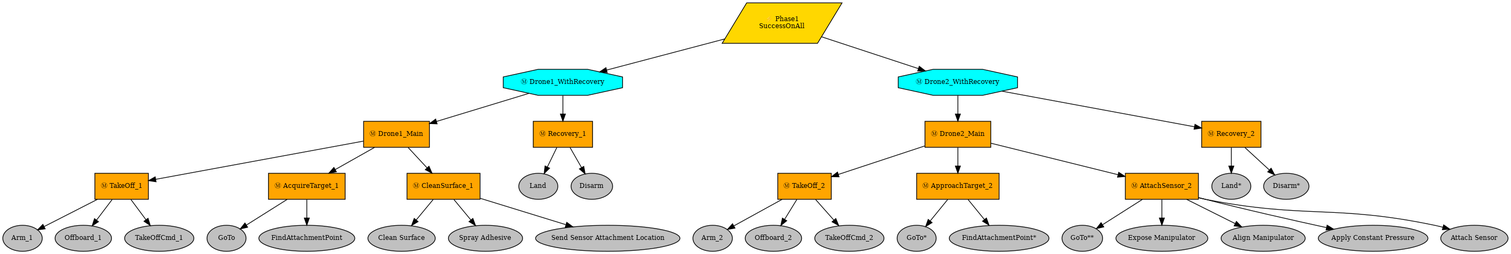
Before: bridge_inspection/phase1.png, a diagram exported from Graphviz (AyushAman1208/BT_for_bridge_inspection). Its source is kept beside it as bridge_inspection/phase1.dot.
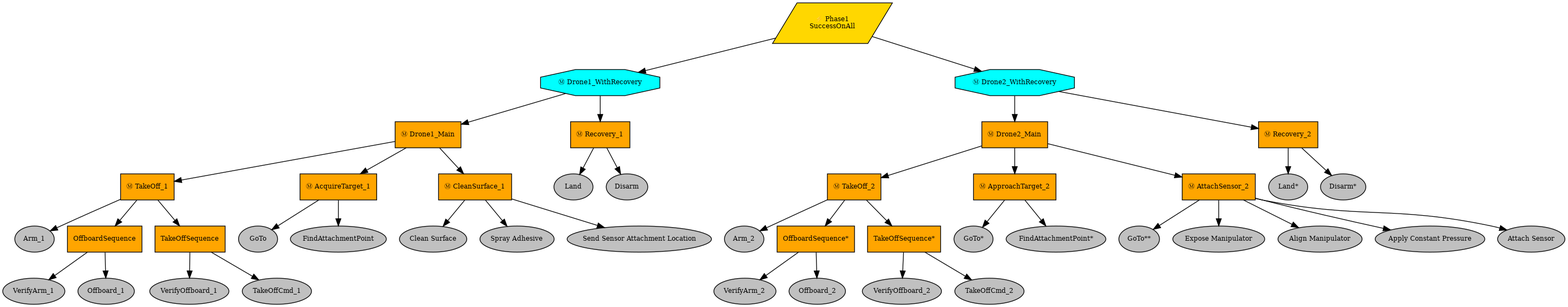
After the change.

Diff of the diagram source:
```diff
@@ -12,10 +12,18 @@
 Drone1_Main -> TakeOff_1;
 Arm_1 [fillcolor=gray, fontcolor=black, fontsize=9, label=Arm_1, shape=ellipse, style=filled];
 TakeOff_1 -> Arm_1;
+OffboardSequence [fillcolor=orange, fontcolor=black, fontsize=9, label=OffboardSequence, shape=box, style=filled];
+TakeOff_1 -> OffboardSequence;
+VerifyArm_1 [fillcolor=gray, fontcolor=black, fontsize=9, label=VerifyArm_1, shape=ellipse, style=filled];
+OffboardSequence -> VerifyArm_1;
 Offboard_1 [fillcolor=gray, fontcolor=black, fontsize=9, label=Offboard_1, shape=ellipse, style=filled];
-TakeOff_1 -> Offboard_1;
+OffboardSequence -> Offboard_1;
+TakeOffSequence [fillcolor=orange, fontcolor=black, fontsize=9, label=TakeOffSequence, shape=box, style=filled];
+TakeOff_1 -> TakeOffSequence;
+VerifyOffboard_1 [fillcolor=gray, fontcolor=black, fontsize=9, label=VerifyOffboard_1, shape=ellipse, style=filled];
+TakeOffSequence -> VerifyOffboard_1;
 TakeOffCmd_1 [fillcolor=gray, fontcolor=black, fontsize=9, label=TakeOffCmd_1, shape=ellipse, style=filled];
-TakeOff_1 -> TakeOffCmd_1;
+TakeOffSequence -> TakeOffCmd_1;
 AcquireTarget_1 [fillcolor=orange, fontcolor=black, fontsize=9, label="Ⓜ AcquireTarget_1", shape=box, style=filled];
 Drone1_Main -> AcquireTarget_1;
 GoTo [fillcolor=gray, fontcolor=black, fontsize=9, label=GoTo, shape=ellipse, style=filled];
@@ -44,10 +52,18 @@
 Drone2_Main -> TakeOff_2;
 Arm_2 [fillcolor=gray, fontcolor=black, fontsize=9, label=Arm_2, shape=ellipse, style=filled];
 TakeOff_2 -> Arm_2;
+"OffboardSequence*" [fillcolor=orange, fontcolor=black, fontsize=9, label="OffboardSequence*", shape=box, style=filled];
+TakeOff_2 -> "OffboardSequence*";
+VerifyArm_2 [fillcolor=gray, fontcolor=black, fontsize=9, label=VerifyArm_2, shape=ellipse, style=filled];
+"OffboardSequence*" -> VerifyArm_2;
 Offboard_2 [fillcolor=gray, fontcolor=black, fontsize=9, label=Offboard_2, shape=ellipse, style=filled];
-TakeOff_2 -> Offboard_2;
+"OffboardSequence*" -> Offboard_2;
+"TakeOffSequence*" [fillcolor=orange, fontcolor=black, fontsize=9, label="TakeOffSequence*", shape=box, style=filled];
+TakeOff_2 -> "TakeOffSequence*";
+VerifyOffboard_2 [fillcolor=gray, fontcolor=black, fontsize=9, label=VerifyOffboard_2, shape=ellipse, style=filled];
+"TakeOffSequence*" -> VerifyOffboard_2;
 TakeOffCmd_2 [fillcolor=gray, fontcolor=black, fontsize=9, label=TakeOffCmd_2, shape=ellipse, style=filled];
-TakeOff_2 -> TakeOffCmd_2;
+"TakeOffSequence*" -> TakeOffCmd_2;
 ApproachTarget_2 [fillcolor=orange, fontcolor=black, fontsize=9, label="Ⓜ ApproachTarget_2", shape=box, style=filled];
 Drone2_Main -> ApproachTarget_2;
 "GoTo*" [fillcolor=gray, fontcolor=black, fontsize=9, label="GoTo*", shape=ellipse, style=filled];
```
